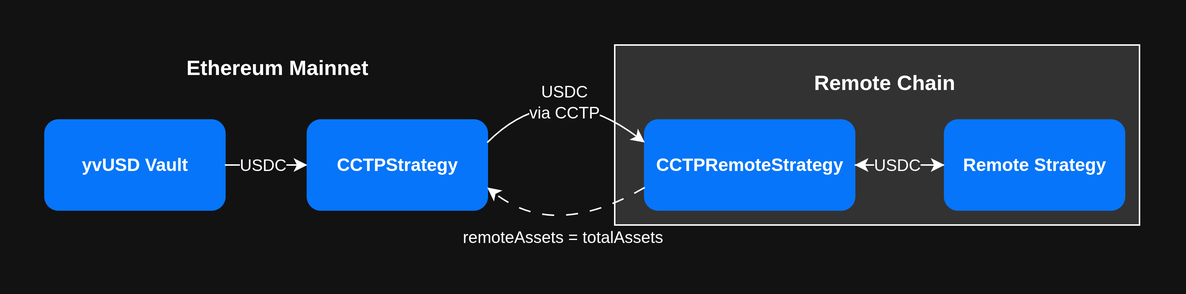
The draw.io diagram static/img/diagrams/yvusd/cross-chain.png in yearn/yearn-devdocs, before a commit. Source tidied: cells renumbered, new cells last; positions are measured from the earlier drawing's top-left corner, leaving out a move shared by most shapes. Source of this version:
```xml
<mxGraphModel>
  <root>
    <mxCell id="0" />
    <mxCell id="1" parent="0" />
    <mxCell id="2" style="rounded=0;whiteSpace=wrap;html=1;fillColor=light-dark(#FFFFFF,#323232);" parent="1" vertex="1">
      <mxGeometry x="380" width="350" height="120" as="geometry" />
    </mxCell>
    <mxCell id="3" value="Ethereum Mainnet" style="text;html=1;whiteSpace=wrap;strokeColor=none;fillColor=none;align=center;verticalAlign=middle;rounded=0;fontSize=14;fontFamily=Helvetica;fontStyle=1;" parent="1" vertex="1">
      <mxGeometry x="85" width="140" height="30" as="geometry" />
    </mxCell>
    <mxCell id="4" value="yvUSD Vault" style="rounded=1;whiteSpace=wrap;html=1;fillColor=light-dark(#FFFFFF,#0675F9);strokeColor=light-dark(#000000,#0675F9);fontStyle=1;fontFamily=Helvetica;" parent="1" vertex="1">
      <mxGeometry y="50" width="120" height="60" as="geometry" />
    </mxCell>
    <mxCell id="5" value="CCTPStrategy" style="rounded=1;whiteSpace=wrap;html=1;fillColor=light-dark(#FFFFFF,#0675F9);strokeColor=light-dark(#000000,#0675F9);fontStyle=1;fontFamily=Helvetica;" parent="1" vertex="1">
      <mxGeometry x="175" y="50" width="120" height="60" as="geometry" />
    </mxCell>
    <mxCell id="6" value="Remote Chain" style="text;html=1;whiteSpace=wrap;strokeColor=none;fillColor=none;align=center;verticalAlign=middle;rounded=0;fontSize=14;fontFamily=Helvetica;fontStyle=1;" parent="1" vertex="1">
      <mxGeometry x="500" y="10" width="120" height="30" as="geometry" />
    </mxCell>
    <mxCell id="7" value="CCTPRemoteStrategy" style="rounded=1;whiteSpace=wrap;html=1;fillColor=light-dark(#FFFFFF,#0675F9);strokeColor=light-dark(#000000,#0675F9);fontStyle=1;fontFamily=Helvetica;" parent="1" vertex="1">
      <mxGeometry x="400" y="50" width="140" height="60" as="geometry" />
    </mxCell>
    <mxCell id="8" style="edgeStyle=orthogonalEdgeStyle;rounded=0;jettySize=auto;html=1;" parent="1" edge="1" source="9" target="7">
      <mxGeometry relative="1" as="geometry" />
    </mxCell>
    <mxCell id="9" value="Remote Strategy" style="rounded=1;whiteSpace=wrap;html=1;fillColor=light-dark(#FFFFFF,#0675F9);strokeColor=light-dark(#000000,#0675F9);fontStyle=1;fontFamily=Helvetica;" parent="1" vertex="1">
      <mxGeometry x="600" y="50" width="120" height="60" as="geometry" />
    </mxCell>
    <mxCell id="10" style="curved=1;endArrow=classic;html=1;rounded=0;entryX=0;entryY=0.25;entryDx=0;entryDy=0;exitX=1;exitY=0.25;exitDx=0;exitDy=0;" parent="1" edge="1" source="5" target="7">
      <mxGeometry relative="1" as="geometry">
        <Array as="points">
          <mxPoint x="340" y="20" />
        </Array>
      </mxGeometry>
    </mxCell>
    <mxCell id="11" value="USDC&lt;div&gt;via CCTP&lt;/div&gt;" style="edgeLabel;html=1;align=center;verticalAlign=middle;" parent="10" vertex="1">
      <mxGeometry x="-0.25" y="-13" relative="1" as="geometry">
        <mxPoint x="5" as="offset" />
      </mxGeometry>
    </mxCell>
    <mxCell id="12" style="curved=1;endArrow=classic;html=1;rounded=0;entryX=1;entryY=0.75;entryDx=0;entryDy=0;dashed=1;dashPattern=8 8;exitX=0;exitY=0.75;exitDx=0;exitDy=0;" parent="1" edge="1" source="7" target="5">
      <mxGeometry relative="1" as="geometry">
        <Array as="points">
          <mxPoint x="340" y="130" />
        </Array>
      </mxGeometry>
    </mxCell>
    <mxCell id="13" value="remoteAssets&amp;nbsp;&lt;span style=&quot;background-color: light-dark(#ffffff, var(--ge-dark-color, #121212)); color: light-dark(rgb(0, 0, 0), rgb(255, 255, 255));&quot;&gt;=&amp;nbsp;&lt;/span&gt;&lt;span style=&quot;background-color: light-dark(#ffffff, var(--ge-dark-color, #121212)); color: light-dark(rgb(0, 0, 0), rgb(255, 255, 255));&quot;&gt;totalAssets&lt;/span&gt;" style="edgeLabel;html=1;align=center;verticalAlign=middle;" parent="12" vertex="1">
      <mxGeometry x="-0.25" y="-13" relative="1" as="geometry">
        <mxPoint x="-8" y="20" as="offset" />
      </mxGeometry>
    </mxCell>
    <mxCell id="14" style="endArrow=classic;html=1;rounded=0;exitX=1;exitY=0.5;exitDx=0;exitDy=0;entryX=0;entryY=0.5;entryDx=0;entryDy=0;" parent="1" edge="1" source="4" target="5">
      <mxGeometry relative="1" as="geometry" />
    </mxCell>
    <mxCell id="15" value="USDC" style="edgeLabel;html=1;align=center;verticalAlign=middle;" parent="14" vertex="1">
      <mxGeometry x="0.3" y="-1" relative="1" as="geometry">
        <mxPoint x="-11" y="-1" as="offset" />
      </mxGeometry>
    </mxCell>
    <mxCell id="16" style="endArrow=classic;html=1;rounded=0;entryX=0;entryY=0.5;entryDx=0;entryDy=0;exitX=1;exitY=0.5;exitDx=0;exitDy=0;" parent="1" edge="1" source="7" target="9">
      <mxGeometry relative="1" as="geometry" />
    </mxCell>
    <mxCell id="17" value="&lt;span style=&quot;&quot;&gt;USDC&lt;/span&gt;" style="edgeLabel;html=1;align=center;verticalAlign=middle;labelBackgroundColor=light-dark(#FFFFFF,#323232);" parent="16" vertex="1">
      <mxGeometry x="-0.41" relative="1" as="geometry">
        <mxPoint x="10" as="offset" />
      </mxGeometry>
    </mxCell>
  </root>
</mxGraphModel>
```
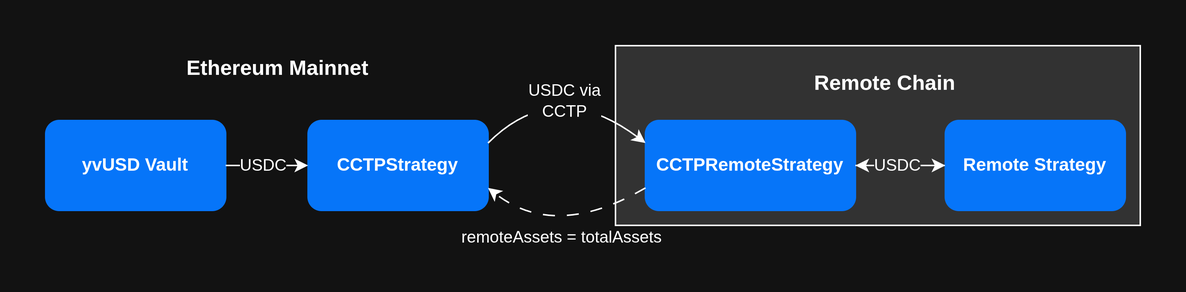
After the change.

Diff of the diagram source:
```diff
@@ -33,7 +33,7 @@
         </Array>
       </mxGeometry>
     </mxCell>
-    <mxCell id="11" value="USDC&lt;div&gt;via CCTP&lt;/div&gt;" style="edgeLabel;html=1;align=center;verticalAlign=middle;" parent="10" vertex="1">
+    <mxCell id="11" value="USDC&amp;nbsp;&lt;span style=&quot;background-color: light-dark(#ffffff, var(--ge-dark-color, #121212)); color: light-dark(rgb(0, 0, 0), rgb(255, 255, 255));&quot;&gt;via&lt;/span&gt;&lt;div&gt;&lt;span style=&quot;background-color: light-dark(#ffffff, var(--ge-dark-color, #121212)); color: light-dark(rgb(0, 0, 0), rgb(255, 255, 255));&quot;&gt;CCTP&lt;/span&gt;&lt;/div&gt;" style="edgeLabel;html=1;align=center;verticalAlign=middle;" parent="10" vertex="1">
       <mxGeometry x="-0.25" y="-13" relative="1" as="geometry">
         <mxPoint x="5" as="offset" />
       </mxGeometry>
```
